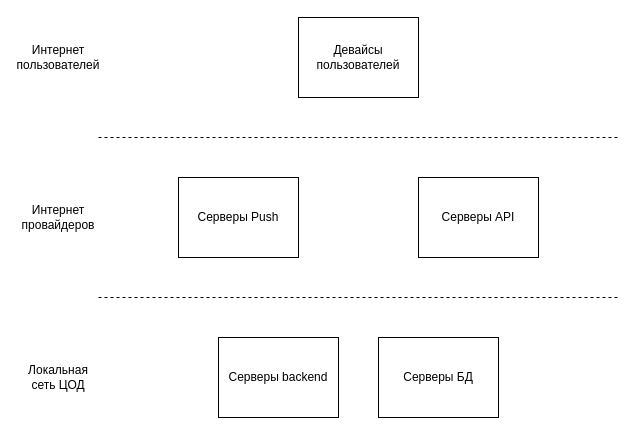
PhoenixVRN/Mafia keeps this draw.io diagram as page "Concept" (1 of 4) of Architecture.drawio. Above is the earlier version. Source tidied: cells renumbered, new cells numbered last; positions are measured from the earlier drawing's top-left corner, leaving out a move shared by most shapes. Both pictures are drawn from the tidied source at 100%, with x=0, y=0 at pixel (38, 17).
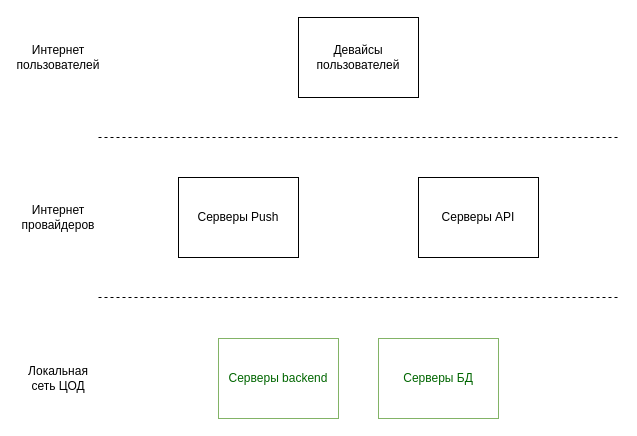
The same page after the edit.

Diff of the diagram source:
```diff
@@
 <mxGraphModel>
   <root>
     <mxCell id="0" />
     <mxCell id="1" parent="0" />
     <mxCell id="2" value="Девайсы пользователей" style="rounded=0;whiteSpace=wrap;html=1;" parent="1" vertex="1">
       <mxGeometry x="260" width="120" height="80" as="geometry" />
     </mxCell>
     <mxCell id="3" value="Серверы Push" style="rounded=0;whiteSpace=wrap;html=1;" parent="1" vertex="1">
       <mxGeometry x="140" y="160" width="120" height="80" as="geometry" />
     </mxCell>
-    <mxCell id="4" value="Серверы backend" style="rounded=0;whiteSpace=wrap;html=1;" parent="1" vertex="1">
-      <mxGeometry x="180" y="320" width="120" height="80" as="geometry" />
+    <mxCell id="4" value="Серверы backend" style="rounded=0;whiteSpace=wrap;html=1;strokeColor=#82b366;fillColor=none;fontColor=#006600;" parent="1" vertex="1">
+      <mxGeometry x="180" y="321" width="120" height="80" as="geometry" />
     </mxCell>
     <mxCell id="5" value="Серверы API" style="rounded=0;whiteSpace=wrap;html=1;" parent="1" vertex="1">
       <mxGeometry x="380" y="160" width="120" height="80" as="geometry" />
     </mxCell>
-    <mxCell id="6" value="Серверы БД" style="rounded=0;whiteSpace=wrap;html=1;" parent="1" vertex="1">
-      <mxGeometry x="340" y="320" width="120" height="80" as="geometry" />
+    <mxCell id="6" value="Серверы БД" style="rounded=0;whiteSpace=wrap;html=1;strokeColor=#82b366;fillColor=none;fontColor=#006600;" parent="1" vertex="1">
+      <mxGeometry x="340" y="321" width="120" height="80" as="geometry" />
     </mxCell>
     <mxCell id="7" style="endArrow=none;dashed=1;html=1;" parent="1" edge="1">
       <mxGeometry relative="1" as="geometry">
         <mxPoint x="60" y="280" as="sourcePoint" />
         <mxPoint x="580" y="280" as="targetPoint" />
       </mxGeometry>
     </mxCell>
     <mxCell id="8" style="endArrow=none;dashed=1;html=1;" parent="1" edge="1">
       <mxGeometry relative="1" as="geometry">
         <mxPoint x="60" y="120" as="sourcePoint" />
         <mxPoint x="580" y="120" as="targetPoint" />
       </mxGeometry>
     </mxCell>
     <mxCell id="9" value="Интернет пользователей" style="text;html=1;strokeColor=none;fillColor=none;align=center;verticalAlign=middle;whiteSpace=wrap;rounded=0;" parent="1" vertex="1">
       <mxGeometry y="30" width="40" height="20" as="geometry" />
     </mxCell>
     <mxCell id="10" value="Интернет провайдеров" style="text;html=1;strokeColor=none;fillColor=none;align=center;verticalAlign=middle;whiteSpace=wrap;rounded=0;" parent="1" vertex="1">
       <mxGeometry y="190" width="40" height="20" as="geometry" />
     </mxCell>
     <mxCell id="11" value="Локальная сеть ЦОД" style="text;html=1;strokeColor=none;fillColor=none;align=center;verticalAlign=middle;whiteSpace=wrap;rounded=0;" parent="1" vertex="1">
-      <mxGeometry y="350" width="40" height="20" as="geometry" />
+      <mxGeometry y="351" width="40" height="20" as="geometry" />
     </mxCell>
   </root>
 </mxGraphModel>
```
